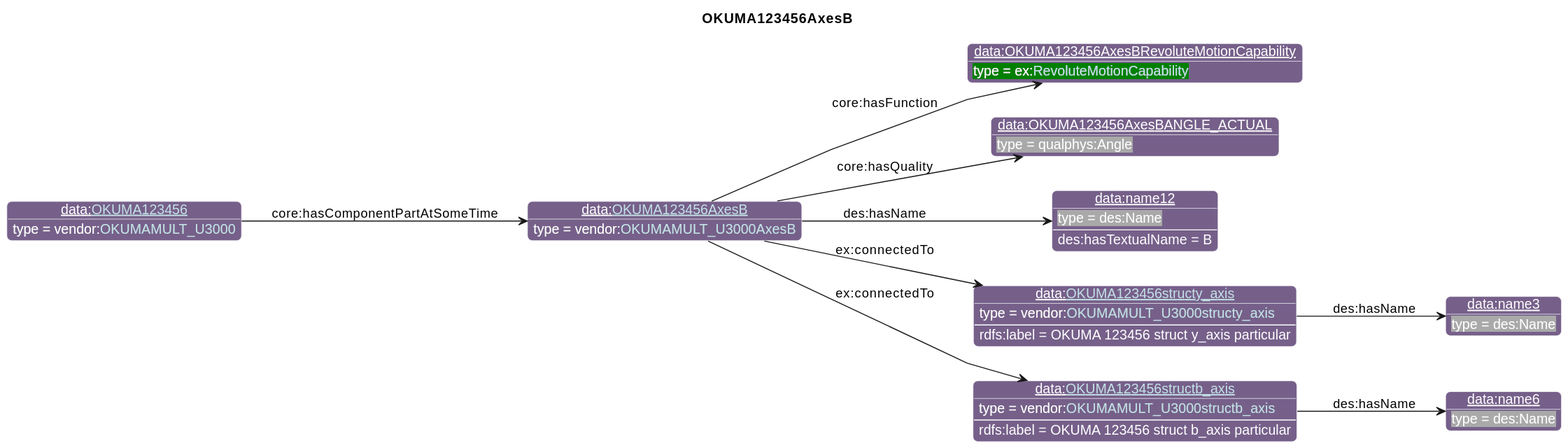
Earlier version of the PlantUML export diagrams/OKUMA123456AxesB.svg (iofoundry/example-syseng-mtconnect).
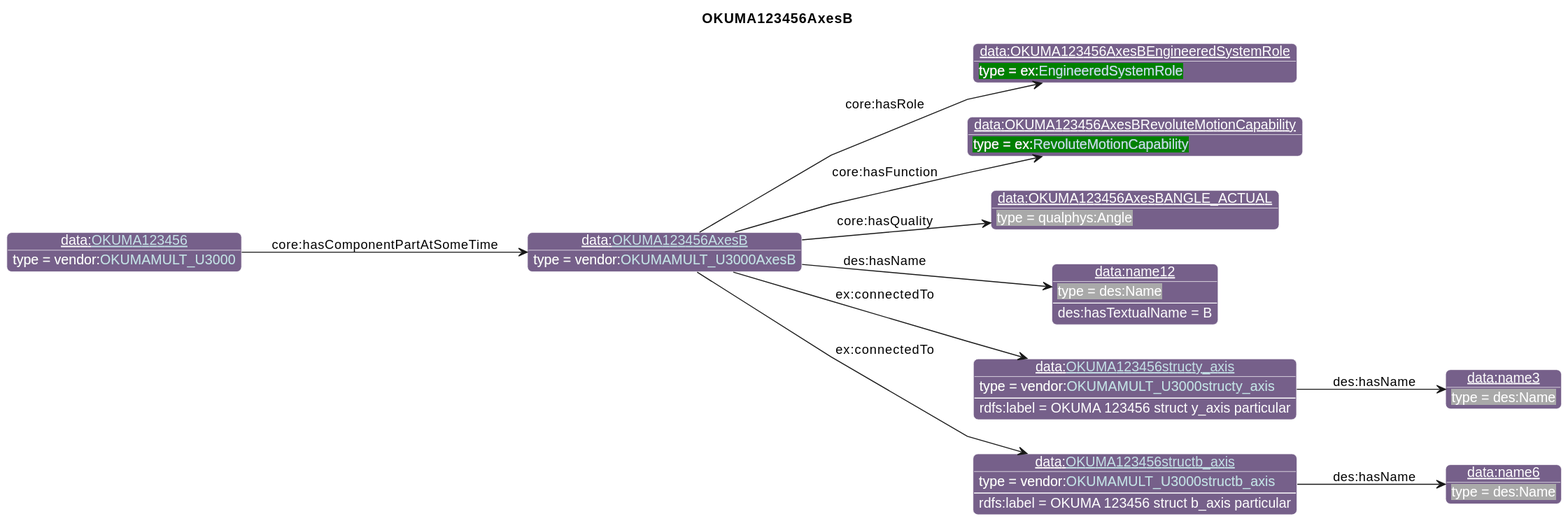
The same diagram one commit later.

Change to the diagram source:
```diff
@@ -26,23 +26,25 @@
                       "qp":"641B2E"
       }
 individual(o0, data:[[./OKUMA123456AxesB.html OKUMA123456AxesB]], vendor:[[../OKUMA.html#OKUMAMULT_U3000AxesB OKUMAMULT_U3000AxesB]])
-individual(o1, data:OKUMA123456AxesBRevoluteMotionCapability, ex:[[../Example.html#RevoluteMotionCapability RevoluteMotionCapability]])
-individual(o2, data:OKUMA123456AxesBANGLE_ACTUAL, qualphys:Angle)
-individual(o3, data:name12, des:Name)
-individual(o4, data:[[./OKUMA123456structy_axis.html OKUMA123456structy_axis]], vendor:[[../OKUMA.html#OKUMAMULT_U3000structy_axis OKUMAMULT_U3000structy_axis]])
-individual(o5, data:name3, des:Name)
-individual(o6, data:[[./OKUMA123456structb_axis.html OKUMA123456structb_axis]], vendor:[[../OKUMA.html#OKUMAMULT_U3000structb_axis OKUMAMULT_U3000structb_axis]])
-individual(o7, data:name6, des:Name)
-individual(o8, data:[[./OKUMA123456.html OKUMA123456]], vendor:[[../OKUMA.html#OKUMAMULT_U3000 OKUMAMULT_U3000]])
-property(o0, "core:hasFunction", o1)
-property(o0, "core:hasQuality", o2)
-property(o0, "des:hasName", o3)
-data(o3, "des:hasTextualName", "B")
-property(o0, "ex:connectedTo", o4)
-data(o4, "rdfs:label", "OKUMA 123456 struct y_axis particular")
-property(o4, "des:hasName", o5)
-property(o0, "ex:connectedTo", o6)
-data(o6, "rdfs:label", "OKUMA 123456 struct b_axis particular")
-property(o6, "des:hasName", o7)
-property(o8, "core:hasComponentPartAtSomeTime", o0)
+individual(o1, data:OKUMA123456AxesBEngineeredSystemRole, ex:[[../Example.html#EngineeredSystemRole EngineeredSystemRole]])
+individual(o2, data:OKUMA123456AxesBRevoluteMotionCapability, ex:[[../Example.html#RevoluteMotionCapability RevoluteMotionCapability]])
+individual(o3, data:OKUMA123456AxesBANGLE_ACTUAL, qualphys:Angle)
+individual(o4, data:name12, des:Name)
+individual(o5, data:[[./OKUMA123456structy_axis.html OKUMA123456structy_axis]], vendor:[[../OKUMA.html#OKUMAMULT_U3000structy_axis OKUMAMULT_U3000structy_axis]])
+individual(o6, data:name3, des:Name)
+individual(o7, data:[[./OKUMA123456structb_axis.html OKUMA123456structb_axis]], vendor:[[../OKUMA.html#OKUMAMULT_U3000structb_axis OKUMAMULT_U3000structb_axis]])
+individual(o8, data:name6, des:Name)
+individual(o9, data:[[./OKUMA123456.html OKUMA123456]], vendor:[[../OKUMA.html#OKUMAMULT_U3000 OKUMAMULT_U3000]])
+property(o0, "core:hasRole", o1)
+property(o0, "core:hasFunction", o2)
+property(o0, "core:hasQuality", o3)
+property(o0, "des:hasName", o4)
+data(o4, "des:hasTextualName", "B")
+property(o0, "ex:connectedTo", o5)
+data(o5, "rdfs:label", "OKUMA 123456 struct y_axis particular")
+property(o5, "des:hasName", o6)
+property(o0, "ex:connectedTo", o7)
+data(o7, "rdfs:label", "OKUMA 123456 struct b_axis particular")
+property(o7, "des:hasName", o8)
+property(o9, "core:hasComponentPartAtSomeTime", o0)
 @enduml
```
